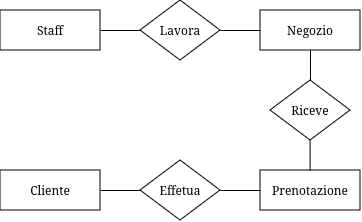
IonutZbir/ProgettoDatabase keeps this draw.io diagram as fase_due/images/er_scheletro.png. Above is the earlier version. Source tidied: cells renumbered, new cells last; positions are measured from the earlier drawing's top-left corner, leaving out a move shared by most shapes.
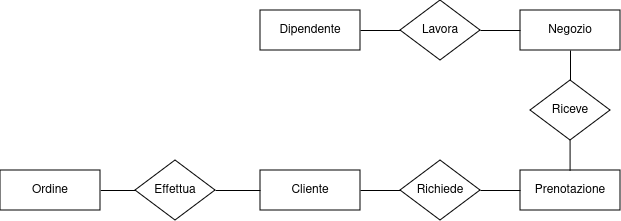
The same diagram one commit later.

Change to the diagram source:
```diff
@@ -5,7 +5,7 @@
     <mxCell id="2" value="Cliente" style="whiteSpace=wrap;html=1;align=center;" parent="1" vertex="1">
       <mxGeometry y="170" width="100" height="40" as="geometry" />
     </mxCell>
-    <mxCell id="3" value="Staff" style="whiteSpace=wrap;html=1;align=center;" parent="1" vertex="1">
+    <mxCell id="3" value="Dipendente" style="whiteSpace=wrap;html=1;align=center;" parent="1" vertex="1">
       <mxGeometry y="10" width="100" height="40" as="geometry" />
     </mxCell>
     <mxCell id="4" value="Prenotazione" style="whiteSpace=wrap;html=1;align=center;" parent="1" vertex="1">
@@ -14,7 +14,7 @@
     <mxCell id="5" value="Negozio" style="whiteSpace=wrap;html=1;align=center;" parent="1" vertex="1">
       <mxGeometry x="260" y="10" width="100" height="40" as="geometry" />
     </mxCell>
-    <mxCell id="6" value="Effetua" style="shape=rhombus;perimeter=rhombusPerimeter;whiteSpace=wrap;html=1;align=center;" parent="1" vertex="1">
+    <mxCell id="6" value="Richiede" style="shape=rhombus;perimeter=rhombusPerimeter;whiteSpace=wrap;html=1;align=center;" parent="1" vertex="1">
       <mxGeometry x="140" y="160" width="80" height="60" as="geometry" />
     </mxCell>
     <mxCell id="7" value="Lavora" style="shape=rhombus;perimeter=rhombusPerimeter;whiteSpace=wrap;html=1;align=center;" parent="1" vertex="1">
@@ -44,5 +44,17 @@
     <mxCell id="14" style="line;strokeWidth=1;dashed=0;labelPosition=right;align=left;verticalAlign=middle;spacingTop=0;spacingLeft=6;" parent="1" vertex="1">
       <mxGeometry x="100" y="185" width="40" height="10" as="geometry" />
     </mxCell>
+    <mxCell id="15" style="edgeStyle=orthogonalEdgeStyle;shape=connector;curved=0;rounded=0;jettySize=auto;html=1;entryX=0;entryY=0.5;entryDx=0;entryDy=0;strokeColor=default;align=center;verticalAlign=middle;fontFamily=Helvetica;fontSize=11;fontColor=default;labelBackgroundColor=default;endArrow=none;endFill=0;" parent="1" edge="1" source="16" target="2">
+      <mxGeometry relative="1" as="geometry" />
+    </mxCell>
+    <mxCell id="16" value="Effettua" style="shape=rhombus;perimeter=rhombusPerimeter;whiteSpace=wrap;html=1;align=center;" parent="1" vertex="1">
+      <mxGeometry x="-125" y="160" width="80" height="60" as="geometry" />
+    </mxCell>
+    <mxCell id="17" style="edgeStyle=orthogonalEdgeStyle;shape=connector;curved=0;rounded=0;jettySize=auto;html=1;exitX=1;exitY=0.5;exitDx=0;exitDy=0;entryX=0;entryY=0.5;entryDx=0;entryDy=0;strokeColor=default;align=center;verticalAlign=middle;fontFamily=Helvetica;fontSize=11;fontColor=default;labelBackgroundColor=default;endArrow=none;endFill=0;" parent="1" edge="1" source="18" target="16">
+      <mxGeometry relative="1" as="geometry" />
+    </mxCell>
+    <mxCell id="18" value="Ordine" style="whiteSpace=wrap;html=1;align=center;" parent="1" vertex="1">
+      <mxGeometry x="-260" y="170" width="100" height="40" as="geometry" />
+    </mxCell>
   </root>
 </mxGraphModel>
```
